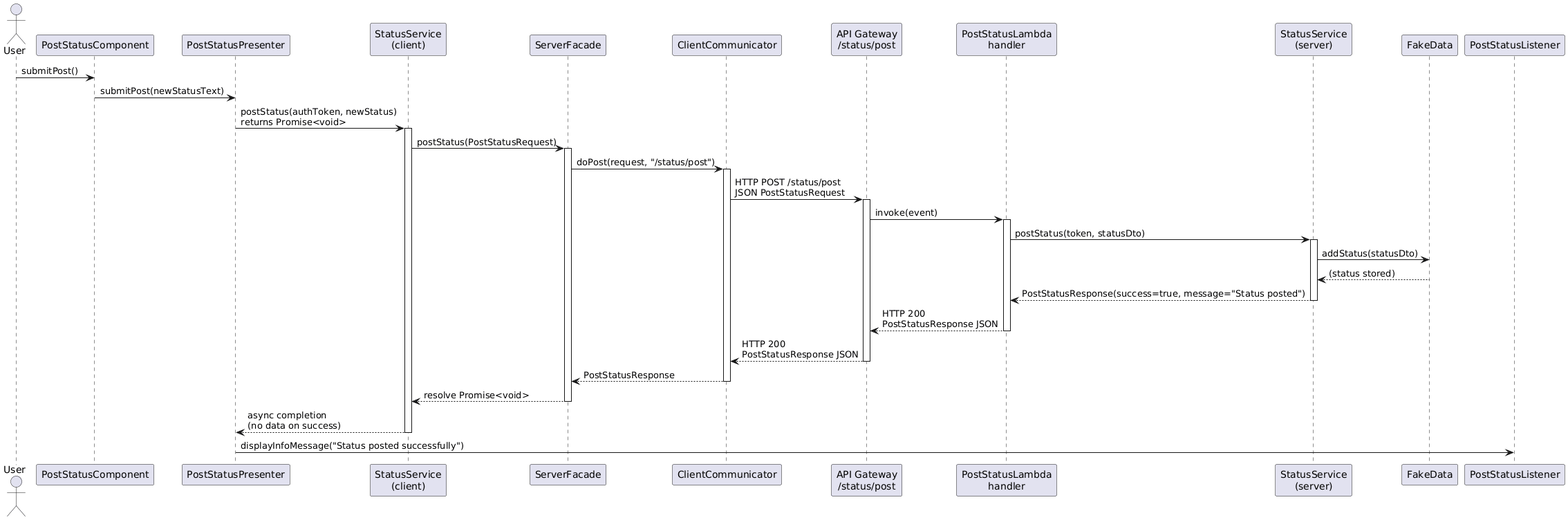
Above: milestones/m3-docs/m3-uml.png in eddieblu/cs340-tweeter (PlantUML), before the change.
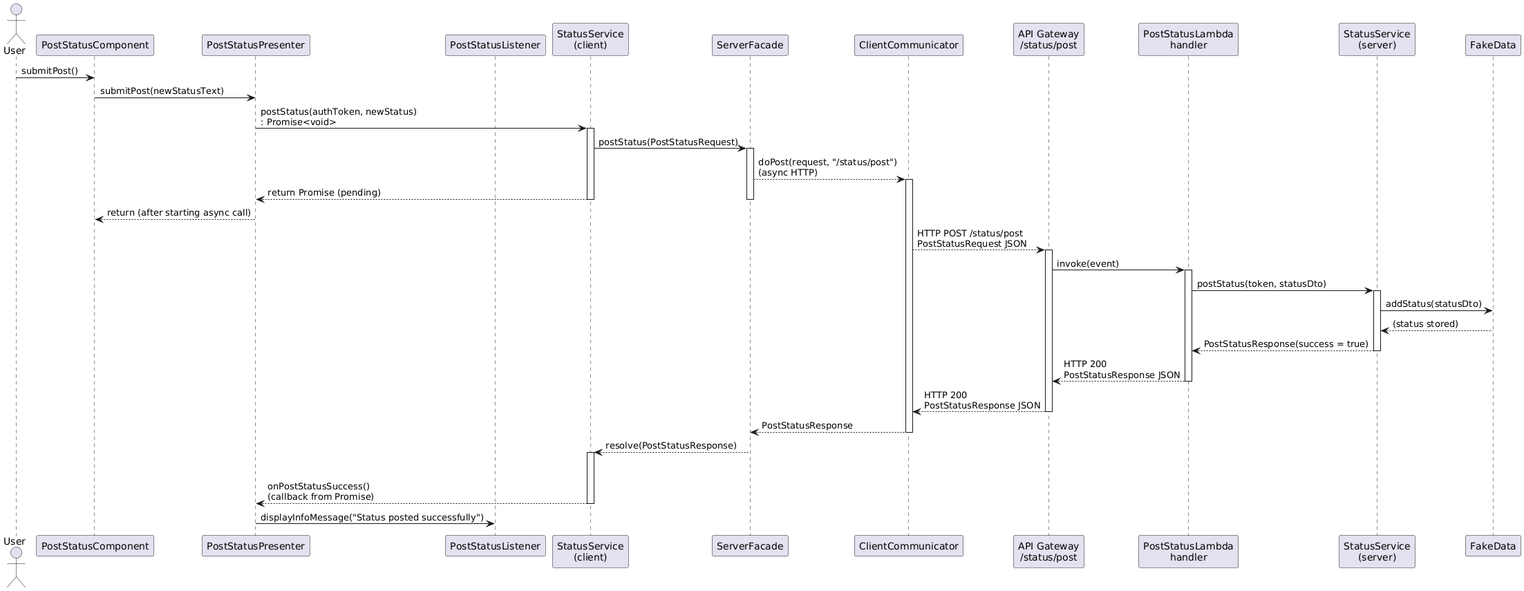
After the change.

Change to the diagram source:
```diff
@@ -3,6 +3,7 @@
 
 participant PostStatusComponent
 participant PostStatusPresenter
+participant PostStatusListener
 participant StatusServiceClient as "StatusService\n(client)"
 participant ServerFacade
 participant ClientCommunicator
@@ -10,20 +11,27 @@
 participant "PostStatusLambda\nhandler" as Lambda
 participant StatusServiceServer as "StatusService\n(server)"
 participant FakeData
-participant PostStatusListener
 
 User -> PostStatusComponent: submitPost()
 PostStatusComponent -> PostStatusPresenter: submitPost(newStatusText)
 
-PostStatusPresenter -> StatusServiceClient: postStatus(authToken, newStatus)\nreturns Promise<void>
+PostStatusPresenter -> StatusServiceClient: postStatus(authToken, newStatus)\n: Promise<void>
 activate StatusServiceClient
 
 StatusServiceClient -> ServerFacade: postStatus(PostStatusRequest)
 activate ServerFacade
-ServerFacade -> ClientCommunicator: doPost(request, "/status/post")
+
+ServerFacade --> ClientCommunicator: doPost(request, "/status/post")\n(async HTTP)
 activate ClientCommunicator
 
-ClientCommunicator -> APIGW: HTTP POST /status/post\nJSON PostStatusRequest
+StatusServiceClient --> PostStatusPresenter: return Promise (pending)
+deactivate StatusServiceClient
+deactivate ServerFacade
+
+PostStatusPresenter --> PostStatusComponent: return (after starting async call)
+
+
+ClientCommunicator --> APIGW: HTTP POST /status/post\nPostStatusRequest JSON
 activate APIGW
 
 APIGW -> Lambda: invoke(event)
@@ -36,7 +44,7 @@
 FakeData --> StatusServiceServer: (status stored)
 deactivate FakeData
 
-StatusServiceServer --> Lambda: PostStatusResponse(success=true, message="Status posted")
+StatusServiceServer --> Lambda: PostStatusResponse(success = true)
 deactivate StatusServiceServer
 
 Lambda --> APIGW: HTTP 200\nPostStatusResponse JSON
@@ -48,10 +56,12 @@
 ClientCommunicator --> ServerFacade: PostStatusResponse
 deactivate ClientCommunicator
 
-ServerFacade --> StatusServiceClient: resolve Promise<void>
+ServerFacade --> StatusServiceClient: resolve(PostStatusResponse)
+activate StatusServiceClient
 deactivate ServerFacade
 
-StatusServiceClient --> PostStatusPresenter: async completion\n(no data on success)
+
+StatusServiceClient --> PostStatusPresenter: onPostStatusSuccess()\n(callback from Promise)
 deactivate StatusServiceClient
 
 PostStatusPresenter -> PostStatusListener: displayInfoMessage("Status posted successfully")
```
